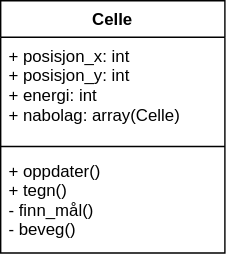
Before: Dokumentasjon/Klassediagram.drawio.svg, a diagram exported from draw.io (ProgMod-X/CellLife). Source tidied: cells renumbered, new cells last; positions are measured from the earlier drawing's top-left corner, leaving out a move shared by most shapes. The source it was exported from:
```xml
<mxGraphModel>
  <root>
    <mxCell id="0" />
    <mxCell id="1" parent="0" />
    <mxCell id="2" value="Celle" style="swimlane;fontStyle=1;align=center;verticalAlign=top;horizontal=1;startSize=26;" parent="1" vertex="1">
      <mxGeometry width="160" height="180" as="geometry" />
    </mxCell>
    <mxCell id="3" value="+ posisjon_x: int&#10;+ posisjon_y: int&#10;+ energi: int&#10;+ nabolag: array(Celle)&#10;" style="text;strokeColor=none;fillColor=none;align=left;verticalAlign=top;spacingLeft=4;spacingRight=4;overflow=hidden;" parent="2" vertex="1">
      <mxGeometry y="26" width="160" height="74" as="geometry" />
    </mxCell>
    <mxCell id="4" style="line;strokeWidth=1;fillColor=none;align=left;verticalAlign=middle;spacingTop=-1;spacingLeft=3;spacingRight=3;labelPosition=right;strokeColor=inherit;" parent="2" vertex="1">
      <mxGeometry y="100" width="160" height="8" as="geometry" />
    </mxCell>
    <mxCell id="5" value="+ oppdater()&#10;+ tegn()&#10;- finn_mål()&#10;- beveg()&#10;" style="text;strokeColor=none;fillColor=none;align=left;verticalAlign=top;spacingLeft=4;spacingRight=4;overflow=hidden;" parent="2" vertex="1">
      <mxGeometry y="108" width="160" height="72" as="geometry" />
    </mxCell>
  </root>
</mxGraphModel>
```
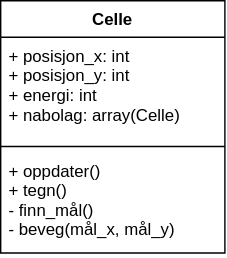
Above is the later version.

Commit message:
la til parametre i beveg funksjon

Diff of the diagram source:
```diff
@@ -11,7 +11,7 @@
     <mxCell id="4" style="line;strokeWidth=1;fillColor=none;align=left;verticalAlign=middle;spacingTop=-1;spacingLeft=3;spacingRight=3;labelPosition=right;strokeColor=inherit;" parent="2" vertex="1">
       <mxGeometry y="100" width="160" height="8" as="geometry" />
     </mxCell>
-    <mxCell id="5" value="+ oppdater()&#10;+ tegn()&#10;- finn_mål()&#10;- beveg()&#10;" style="text;strokeColor=none;fillColor=none;align=left;verticalAlign=top;spacingLeft=4;spacingRight=4;overflow=hidden;" parent="2" vertex="1">
+    <mxCell id="5" value="+ oppdater()&#10;+ tegn()&#10;- finn_mål()&#10;- beveg(mål_x, mål_y)&#10;" style="text;strokeColor=none;fillColor=none;align=left;verticalAlign=top;spacingLeft=4;spacingRight=4;overflow=hidden;" parent="2" vertex="1">
       <mxGeometry y="108" width="160" height="72" as="geometry" />
     </mxCell>
   </root>
```
